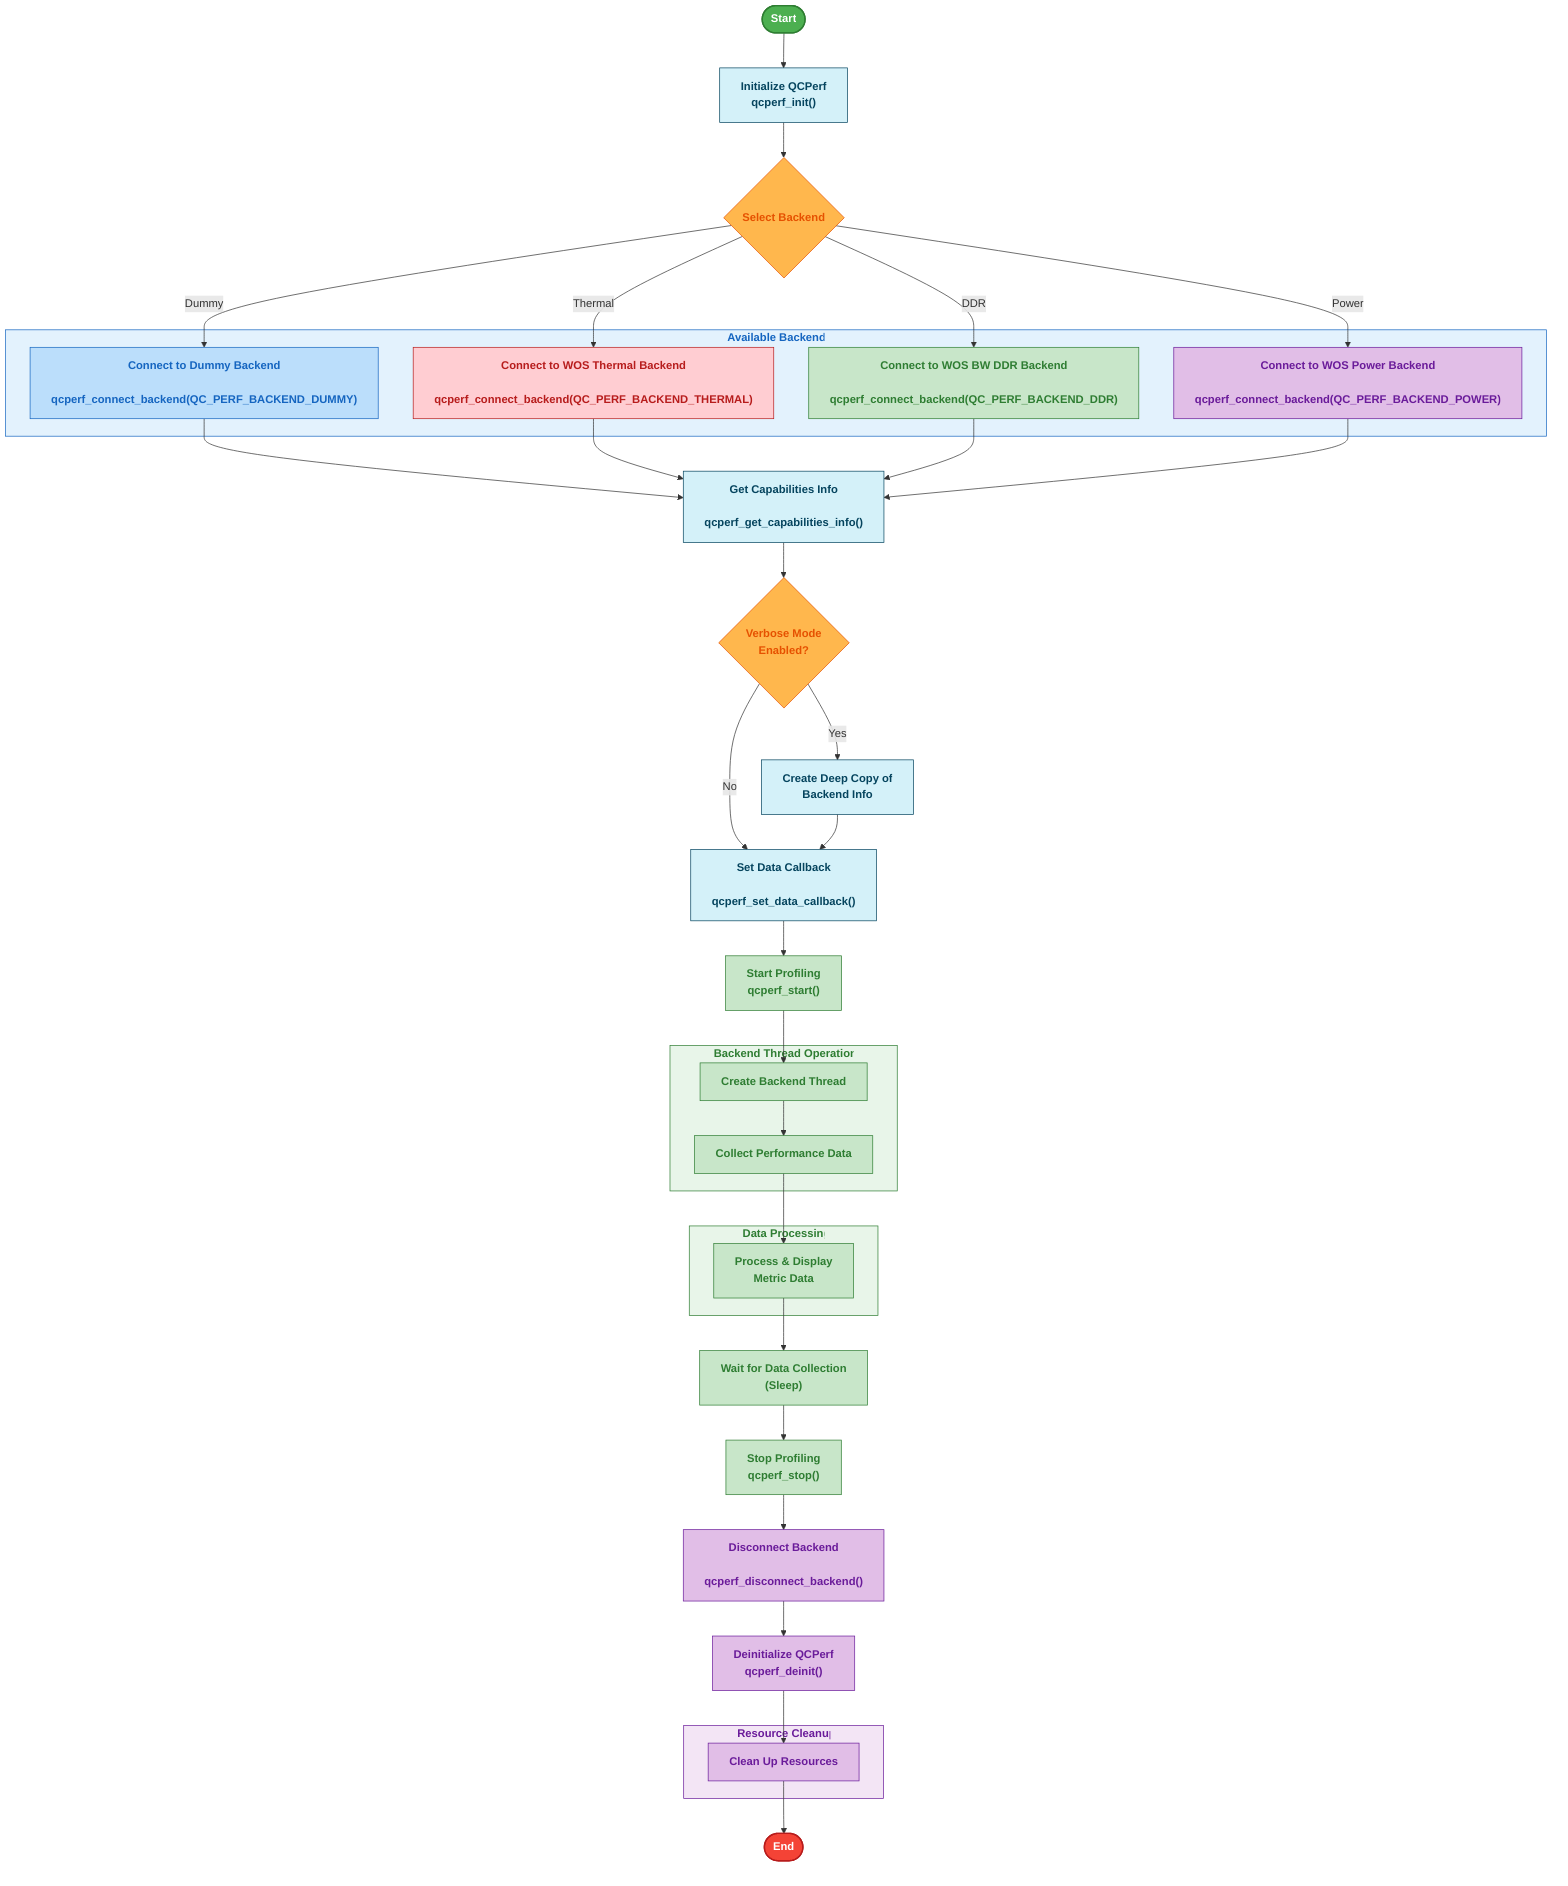
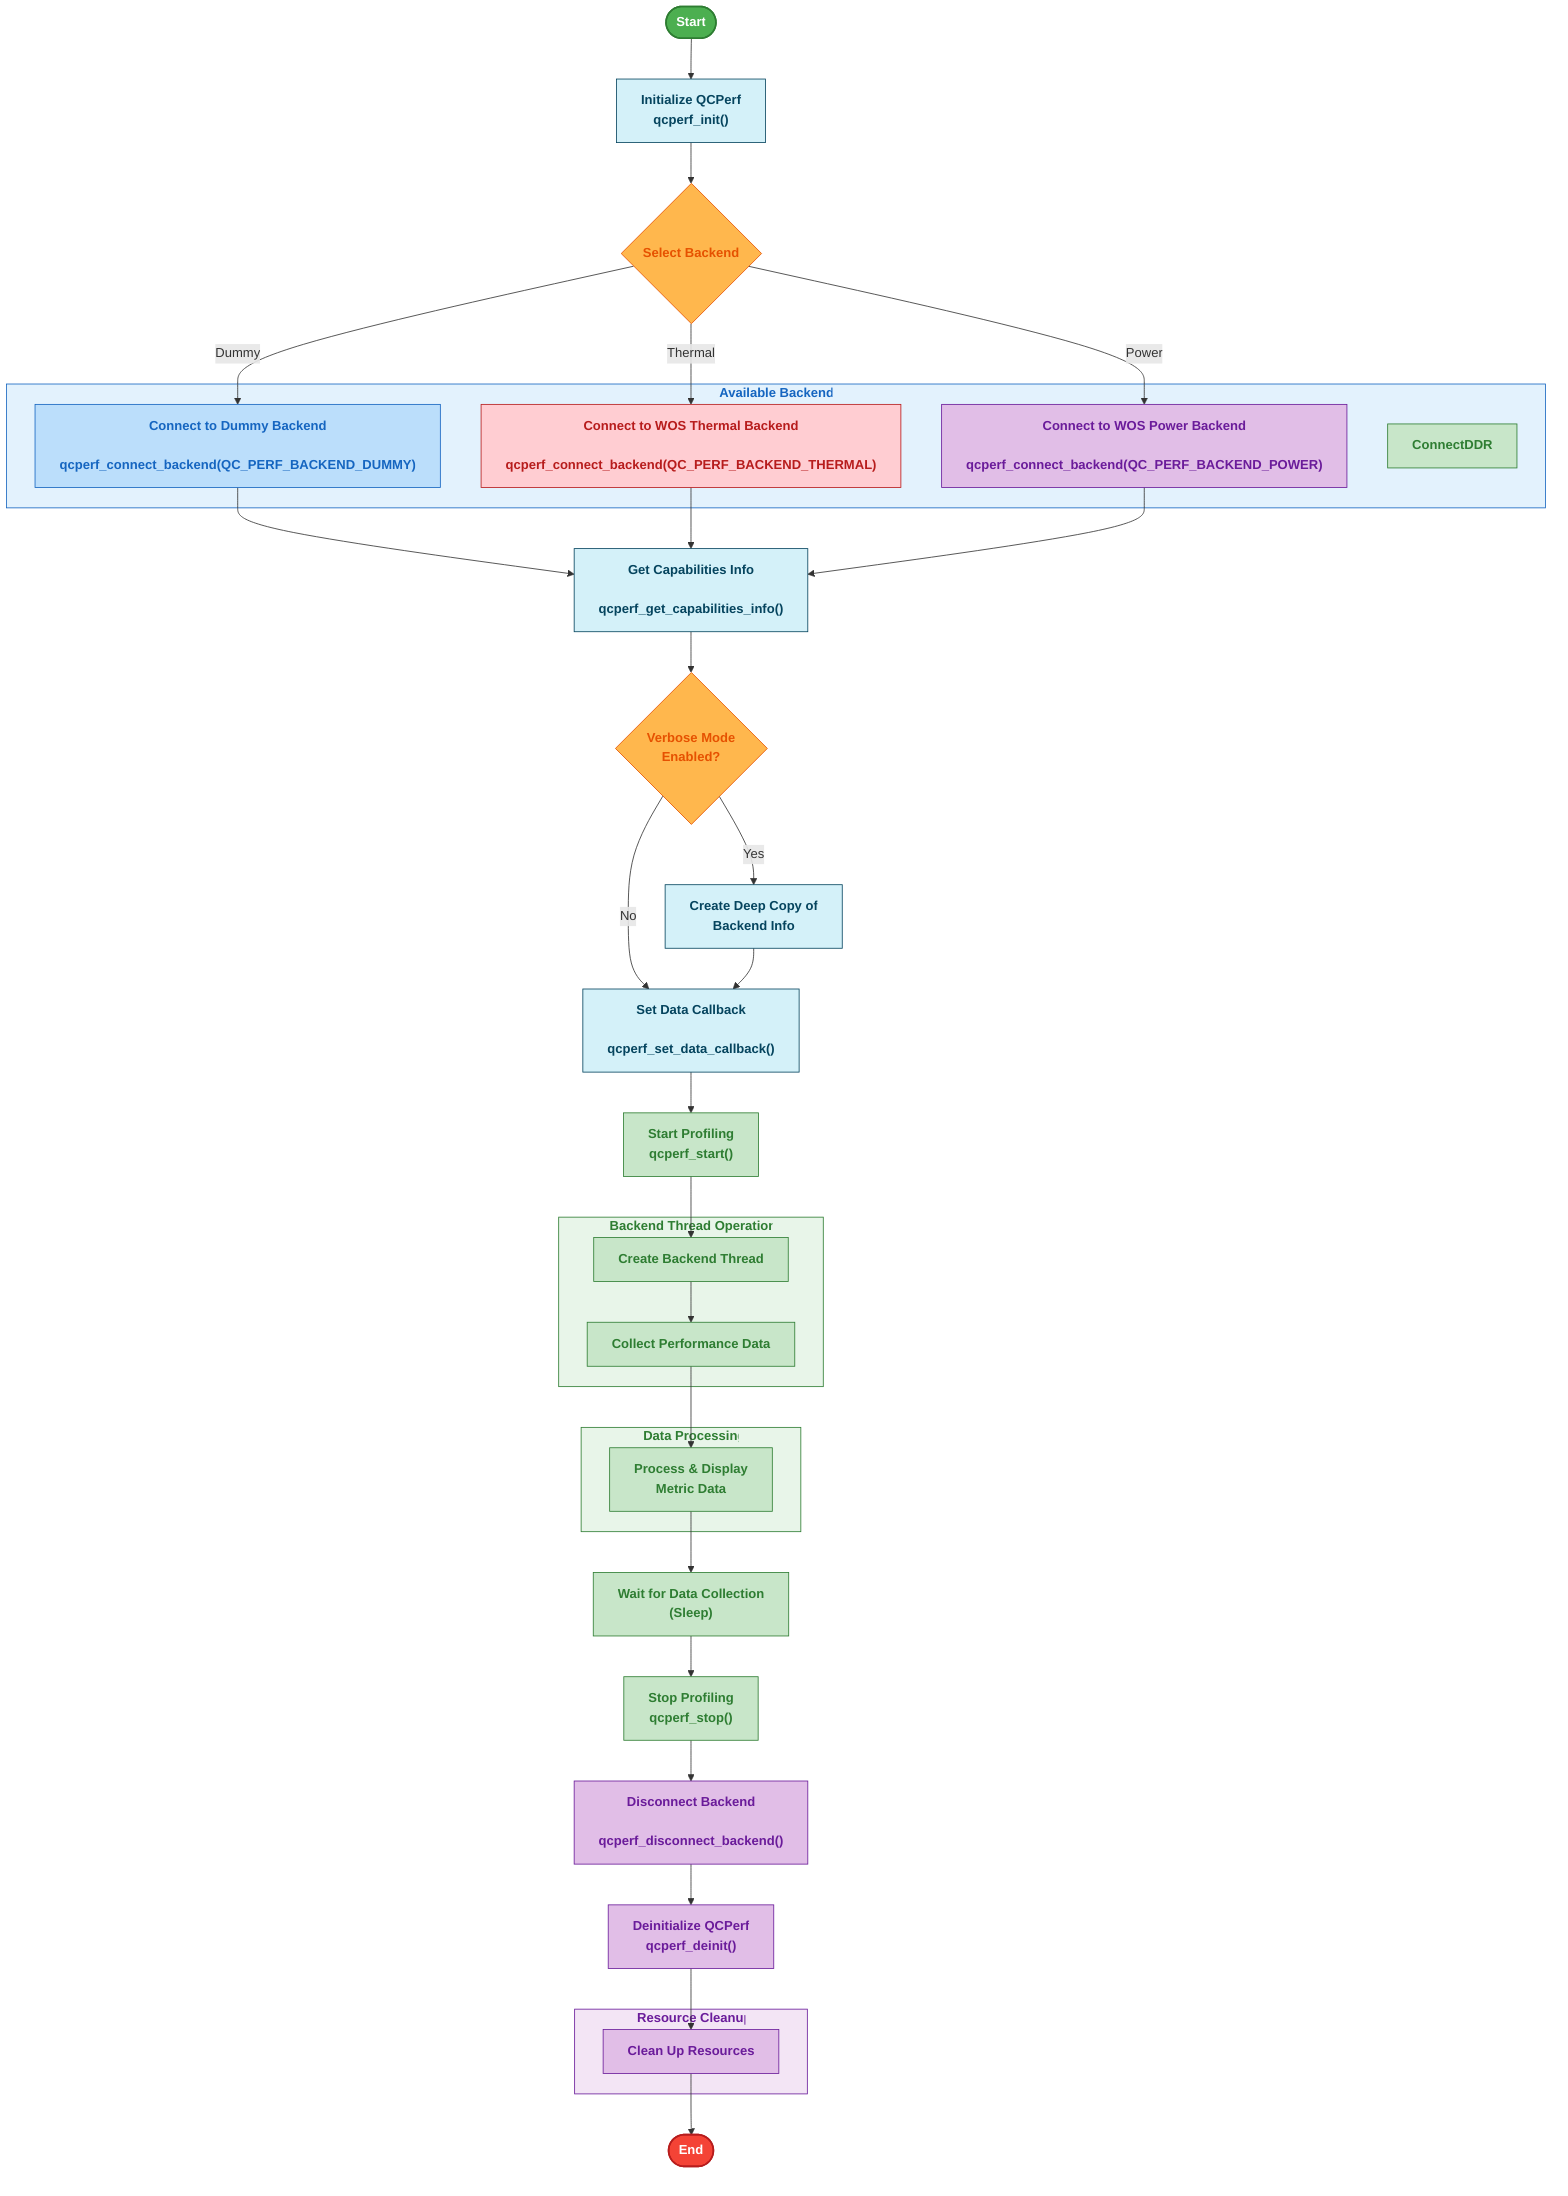
graph TD
    %% Main flow nodes
    Start([Start]) --> Init["Initialize QCPerf
    qcperf_init()"]

    %% Backend selection
    Init --> BackendSelect{"Select Backend"}
    BackendSelect -->|Dummy| ConnectDummy["Connect to Dummy Backend
    qcperf_connect_backend(QC_PERF_BACKEND_DUMMY)"]
    BackendSelect -->|Thermal| ConnectThermal["Connect to WOS Thermal Backend
    qcperf_connect_backend(QC_PERF_BACKEND_THERMAL)"]
-     BackendSelect -->|DDR| ConnectDDR["Connect to WOS BW DDR Backend
-     qcperf_connect_backend(QC_PERF_BACKEND_DDR)"]
    BackendSelect -->|Power| ConnectPower["Connect to WOS Power Backend
    qcperf_connect_backend(QC_PERF_BACKEND_POWER)"]

    %% Merge backend connections
    ConnectDummy --> GetCapabilities
    ConnectThermal --> GetCapabilities
-     ConnectDDR --> GetCapabilities
    ConnectPower --> GetCapabilities

    GetCapabilities["Get Capabilities Info
    qcperf_get_capabilities_info()"] --> VerboseCheck{"Verbose Mode
    Enabled?"}
    VerboseCheck -->|Yes| DeepCopy["Create Deep Copy of
    Backend Info"]
    VerboseCheck -->|No| SetCallback
    DeepCopy --> SetCallback["Set Data Callback
    qcperf_set_data_callback()"]

    %% Profiling operations
    SetCallback --> StartProfiling["Start Profiling
    qcperf_start()"]
    StartProfiling --> ThreadCreation["Create Backend Thread"]
    ThreadCreation --> DataCollection["Collect Performance Data"]

    %% Data processing loop
    DataCollection --> ProcessData["Process & Display
    Metric Data"]
    ProcessData --> WaitData["Wait for Data Collection
    (Sleep)"]
    WaitData --> StopProfiling["Stop Profiling
    qcperf_stop()"]

    %% Cleanup operations
    StopProfiling --> Disconnect["Disconnect Backend
    qcperf_disconnect_backend()"]
    Disconnect --> Deinit["Deinitialize QCPerf
    qcperf_deinit()"]
    Deinit --> CleanupResources["Clean Up Resources"]
    CleanupResources --> End([End])

    %% Subgraphs
    subgraph ThreadOps[Backend Thread Operations]
        ThreadCreation
        DataCollection
    end

    subgraph DataProc[Data Processing]
        ProcessData
    end

    subgraph Cleanup[Resource Cleanup]
        CleanupResources
    end

    %% Backend subgraph
    subgraph Backends[Available Backends]
        ConnectDummy
        ConnectThermal
        ConnectDDR
        ConnectPower
    end

    %% Enhanced styling for better readability
    %% Process nodes - Light blue with dark border
    style Init fill:#d4f1f9,stroke:#05445E,stroke-width:1px,color:#05445E,font-weight:bold
    style BackendSelect fill:#ffb74d,stroke:#e65100,stroke-width:1px,color:#e65100,font-weight:bold
    style GetCapabilities fill:#d4f1f9,stroke:#05445E,stroke-width:1px,color:#05445E,font-weight:bold
    style DeepCopy fill:#d4f1f9,stroke:#05445E,stroke-width:1px,color:#05445E,font-weight:bold
    style SetCallback fill:#d4f1f9,stroke:#05445E,stroke-width:1px,color:#05445E,font-weight:bold

    %% Backend nodes
    style ConnectDummy fill:#bbdefb,stroke:#1565c0,stroke-width:1px,color:#1565c0,font-weight:bold
    style ConnectThermal fill:#ffcdd2,stroke:#b71c1c,stroke-width:1px,color:#b71c1c,font-weight:bold
    style ConnectDDR fill:#c8e6c9,stroke:#2e7d32,stroke-width:1px,color:#2e7d32,font-weight:bold
    style ConnectPower fill:#e1bee7,stroke:#6a1b9a,stroke-width:1px,color:#6a1b9a,font-weight:bold

    %% Profiling operations - Light green with dark border
    style StartProfiling fill:#c8e6c9,stroke:#2e7d32,stroke-width:1px,color:#2e7d32,font-weight:bold
    style ThreadCreation fill:#c8e6c9,stroke:#2e7d32,stroke-width:1px,color:#2e7d32,font-weight:bold
    style DataCollection fill:#c8e6c9,stroke:#2e7d32,stroke-width:1px,color:#2e7d32,font-weight:bold
    style ProcessData fill:#c8e6c9,stroke:#2e7d32,stroke-width:1px,color:#2e7d32,font-weight:bold
    style WaitData fill:#c8e6c9,stroke:#2e7d32,stroke-width:1px,color:#2e7d32,font-weight:bold
    style StopProfiling fill:#c8e6c9,stroke:#2e7d32,stroke-width:1px,color:#2e7d32,font-weight:bold

    %% Cleanup operations - Light purple with dark border
    style Disconnect fill:#e1bee7,stroke:#6a1b9a,stroke-width:1px,color:#6a1b9a,font-weight:bold
    style Deinit fill:#e1bee7,stroke:#6a1b9a,stroke-width:1px,color:#6a1b9a,font-weight:bold
    style CleanupResources fill:#e1bee7,stroke:#6a1b9a,stroke-width:1px,color:#6a1b9a,font-weight:bold

    %% Special nodes
    style Start fill:#4CAF50,stroke:#2E7D32,stroke-width:2px,color:white,font-weight:bold
    style End fill:#F44336,stroke:#B71C1C,stroke-width:2px,color:white,font-weight:bold
    style VerboseCheck fill:#ffb74d,stroke:#e65100,stroke-width:1px,color:#e65100,font-weight:bold

    %% Subgraph styling
    style ThreadOps fill:#e8f5e9,stroke:#2e7d32,stroke-width:1px,color:#2e7d32,font-weight:bold
    style DataProc fill:#e8f5e9,stroke:#2e7d32,stroke-width:1px,color:#2e7d32,font-weight:bold
    style Cleanup fill:#f3e5f5,stroke:#6a1b9a,stroke-width:1px,color:#6a1b9a,font-weight:bold
    style Backends fill:#e3f2fd,stroke:#1565c0,stroke-width:1px,color:#1565c0,font-weight:bold
